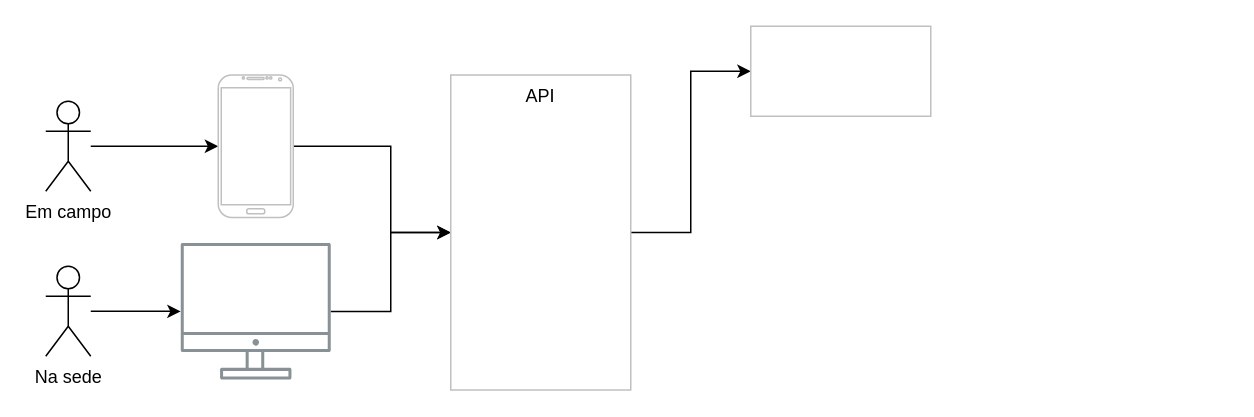
This is Diagrama sem nome.drawio from FloraRosaPupo/App-cadastro-imobiliario, a draw.io file, before an edit. Source tidied: cells renumbered, new cells numbered last; positions are measured from the earlier drawing's top-left corner, leaving out a move shared by most shapes. Both pictures are drawn from the tidied source at 150%, with x=0, y=0 at pixel (45, 26).
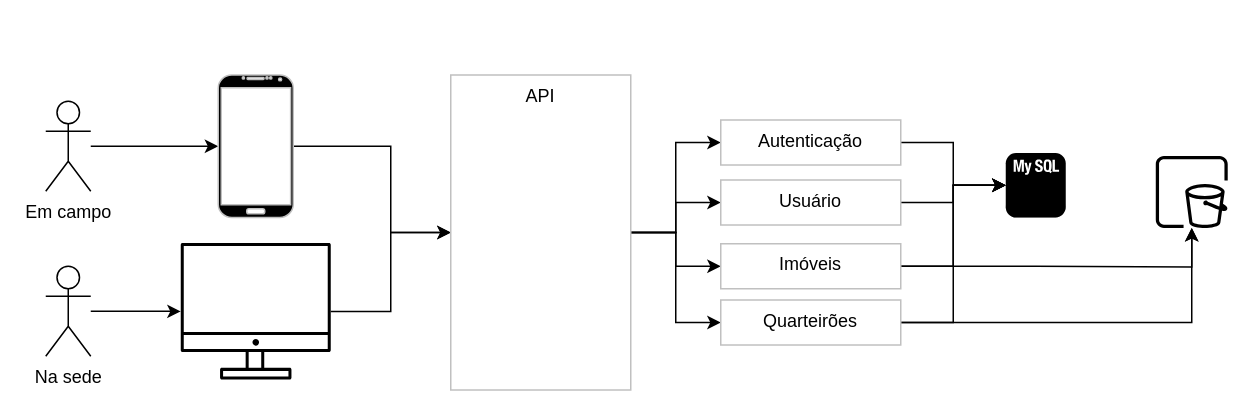
Above is the later version.

The change refers to these unchanged cells:
```xml
<mxCell id="11" value="API&lt;br&gt;" style="whiteSpace=wrap;html=1;verticalAlign=top;strokeColor=#c0c0c0;shadow=0;dashed=0;strokeWidth=1;" parent="1" vertex="1">
  <mxGeometry x="270" y="32.5" width="120" height="210" as="geometry" />
</mxCell>
```

Change to the diagram source:
```diff
@@
-    <mxCell id="5" style="verticalLabelPosition=bottom;verticalAlign=top;html=1;shadow=0;dashed=0;strokeWidth=1;shape=mxgraph.android.phone2;strokeColor=#c0c0c0;" parent="1" vertex="1">
+    <mxCell id="5" style="verticalLabelPosition=bottom;verticalAlign=top;html=1;shadow=0;dashed=0;strokeWidth=1;shape=mxgraph.android.phone2;strokeColor=#c0c0c0;fillColor=#000000;" parent="1" vertex="1">
       <mxGeometry x="115" y="32.5" width="50" height="95" as="geometry" />
     </mxCell>
@@
-    <mxCell id="9" style="sketch=0;outlineConnect=0;gradientColor=none;fontColor=#545B64;strokeColor=none;fillColor=#879196;dashed=0;verticalLabelPosition=bottom;verticalAlign=top;align=center;html=1;fontSize=12;fontStyle=0;shape=mxgraph.aws4.illustration_desktop;" parent="1" vertex="1">
+    <mxCell id="9" style="sketch=0;outlineConnect=0;gradientColor=none;fontColor=#545B64;strokeColor=none;fillColor=#000000;dashed=0;verticalLabelPosition=bottom;verticalAlign=top;align=center;html=1;fontSize=12;fontStyle=0;shape=mxgraph.aws4.illustration_desktop;" parent="1" vertex="1">
       <mxGeometry x="90" y="144.5" width="100" height="91" as="geometry" />
     </mxCell>
-    <mxCell id="10" style="edgeStyle=orthogonalEdgeStyle;rounded=0;jettySize=auto;html=1;" parent="1" edge="1" source="11" target="12">
+    <mxCell id="10" style="edgeStyle=orthogonalEdgeStyle;rounded=0;jettySize=auto;html=1;entryX=0;entryY=0.5;entryDx=0;entryDy=0;" parent="1" edge="1" source="11" target="12">
       <mxGeometry relative="1" as="geometry" />
     </mxCell>
+    <mxCell id="13" style="edgeStyle=orthogonalEdgeStyle;rounded=0;jettySize=auto;html=1;entryX=0;entryY=0.5;entryDx=0;entryDy=0;" parent="1" edge="1" source="11" target="18">
+      <mxGeometry relative="1" as="geometry" />
+    </mxCell>
+    <mxCell id="14" style="edgeStyle=orthogonalEdgeStyle;rounded=0;jettySize=auto;html=1;" parent="1" edge="1" source="11" target="21">
+      <mxGeometry relative="1" as="geometry" />
+    </mxCell>
+    <mxCell id="15" style="edgeStyle=orthogonalEdgeStyle;rounded=0;jettySize=auto;html=1;entryX=0;entryY=0.5;entryDx=0;entryDy=0;" parent="1" edge="1" source="11" target="24">
+      <mxGeometry relative="1" as="geometry" />
+    </mxCell>
@@
+    <mxCell id="16" style="edgeStyle=orthogonalEdgeStyle;rounded=0;jettySize=auto;html=1;entryX=0;entryY=0.5;entryDx=0;entryDy=0;entryPerimeter=0;" parent="1" edge="1" source="12" target="25">
+      <mxGeometry relative="1" as="geometry" />
+    </mxCell>
-    <mxCell id="12" style="whiteSpace=wrap;html=1;verticalAlign=top;strokeColor=#c0c0c0;shadow=0;dashed=0;strokeWidth=1;" parent="1" vertex="1">
-      <mxGeometry x="470" width="120" height="60" as="geometry" />
+    <mxCell id="12" value="Autenticação" style="whiteSpace=wrap;html=1;verticalAlign=top;strokeColor=#c0c0c0;shadow=0;dashed=0;strokeWidth=1;" parent="1" vertex="1">
+      <mxGeometry x="450" y="62.5" width="120" height="30" as="geometry" />
     </mxCell>
+    <mxCell id="17" style="edgeStyle=orthogonalEdgeStyle;rounded=0;jettySize=auto;html=1;entryX=0;entryY=0.5;entryDx=0;entryDy=0;entryPerimeter=0;" parent="1" edge="1" source="18" target="25">
+      <mxGeometry relative="1" as="geometry" />
+    </mxCell>
+    <mxCell id="18" value="Usuário" style="whiteSpace=wrap;html=1;verticalAlign=top;strokeColor=#c0c0c0;shadow=0;dashed=0;strokeWidth=1;" parent="1" vertex="1">
+      <mxGeometry x="450" y="102.5" width="120" height="30" as="geometry" />
+    </mxCell>
+    <mxCell id="19" style="edgeStyle=orthogonalEdgeStyle;rounded=0;jettySize=auto;html=1;entryX=0;entryY=0.5;entryDx=0;entryDy=0;entryPerimeter=0;" parent="1" edge="1" source="21" target="25">
+      <mxGeometry relative="1" as="geometry" />
+    </mxCell>
+    <mxCell id="20" style="edgeStyle=orthogonalEdgeStyle;rounded=0;jettySize=auto;html=1;" parent="1" edge="1" source="21" target="26">
+      <mxGeometry relative="1" as="geometry">
+        <Array as="points">
+          <mxPoint x="660" y="160.5" />
+          <mxPoint x="749" y="160.5" />
+        </Array>
+      </mxGeometry>
+    </mxCell>
+    <mxCell id="21" value="Imóveis" style="whiteSpace=wrap;html=1;verticalAlign=top;strokeColor=#c0c0c0;shadow=0;dashed=0;strokeWidth=1;" parent="1" vertex="1">
+      <mxGeometry x="450" y="145" width="120" height="30" as="geometry" />
+    </mxCell>
+    <mxCell id="22" style="edgeStyle=orthogonalEdgeStyle;rounded=0;jettySize=auto;html=1;entryX=0;entryY=0.5;entryDx=0;entryDy=0;entryPerimeter=0;" parent="1" edge="1" source="24" target="25">
+      <mxGeometry relative="1" as="geometry" />
+    </mxCell>
+    <mxCell id="23" style="edgeStyle=orthogonalEdgeStyle;rounded=0;jettySize=auto;html=1;" parent="1" edge="1" source="24" target="26">
+      <mxGeometry relative="1" as="geometry" />
+    </mxCell>
+    <mxCell id="24" value="Quarteirões" style="whiteSpace=wrap;html=1;verticalAlign=top;strokeColor=#c0c0c0;shadow=0;dashed=0;strokeWidth=1;" parent="1" vertex="1">
+      <mxGeometry x="450" y="182.5" width="120" height="30" as="geometry" />
+    </mxCell>
+    <mxCell id="25" style="outlineConnect=0;dashed=0;verticalLabelPosition=bottom;verticalAlign=top;align=center;html=1;shape=mxgraph.aws3.mysql_db_instance_2;fillColor=#000000;gradientColor=none;" parent="1" vertex="1">
+      <mxGeometry x="640" y="84.5" width="40" height="43" as="geometry" />
+    </mxCell>
+    <mxCell id="26" style="sketch=0;outlineConnect=0;fontColor=#232F3E;gradientColor=none;fillColor=#000000;strokeColor=none;dashed=0;verticalLabelPosition=bottom;verticalAlign=top;align=center;html=1;fontSize=12;fontStyle=0;shape=mxgraph.aws4.opensearch_service_ultrawarm_node;" parent="1" vertex="1">
+      <mxGeometry x="740" y="86.5" width="48" height="48" as="geometry" />
+    </mxCell>
```
